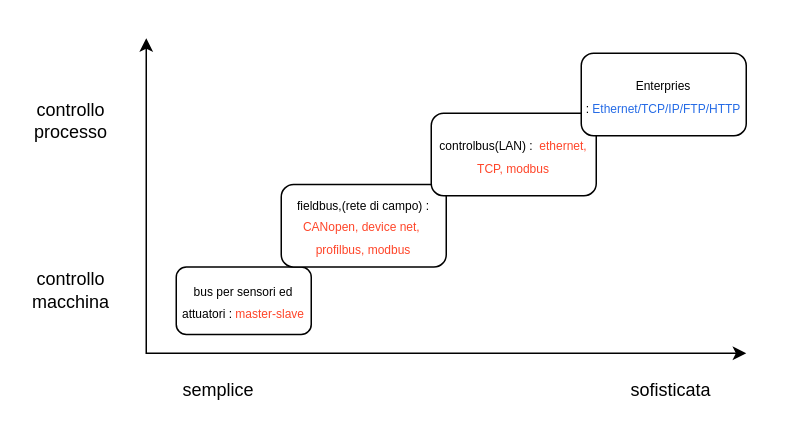
Above: Terzo Anno/Automazione/Latex src file/images/protocolliReti.drawio in CasuFrost/University_notes (draw.io), before the change. Source tidied: cells renumbered, new cells numbered last; positions are measured from the earlier drawing's top-left corner, leaving out a move shared by most shapes. Both pictures are drawn from the tidied source at 150%, with x=0, y=0 at pixel (26, 38).
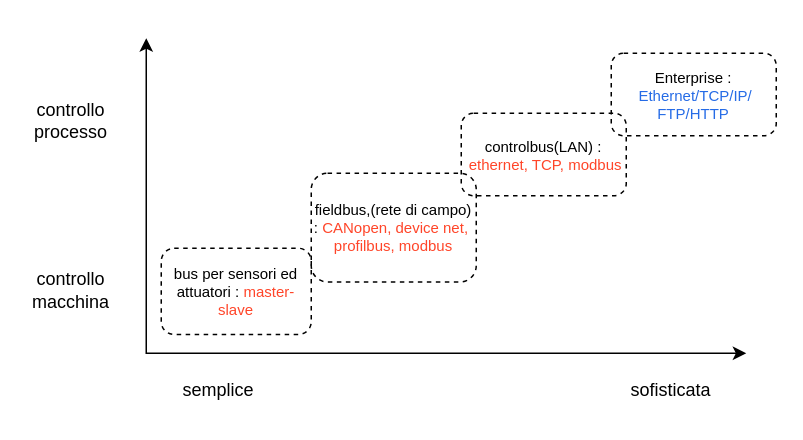
Above is the later version.

Change to the diagram source:
```diff
@@
 <mxGraphModel>
   <root>
     <mxCell id="0" />
     <mxCell id="1" parent="0" />
     <mxCell id="2" value="controllo processo" style="text;html=1;align=center;verticalAlign=middle;whiteSpace=wrap;rounded=0;" parent="1" vertex="1">
       <mxGeometry y="40" width="60" height="30" as="geometry" />
     </mxCell>
     <mxCell id="3" value="controllo macchina" style="text;html=1;align=center;verticalAlign=middle;whiteSpace=wrap;rounded=0;" parent="1" vertex="1">
       <mxGeometry y="152.5" width="60" height="30" as="geometry" />
     </mxCell>
     <mxCell id="4" value="semplice&amp;nbsp;" style="text;html=1;align=center;verticalAlign=middle;whiteSpace=wrap;rounded=0;" parent="1" vertex="1">
       <mxGeometry x="100" y="220" width="60" height="30" as="geometry" />
     </mxCell>
     <mxCell id="5" value="sofisticata" style="text;html=1;align=center;verticalAlign=middle;whiteSpace=wrap;rounded=0;" parent="1" vertex="1">
       <mxGeometry x="400" y="220" width="60" height="30" as="geometry" />
     </mxCell>
     <mxCell id="6" style="endArrow=classic;startArrow=classic;html=1;rounded=0;" parent="1" edge="1">
       <mxGeometry relative="1" as="geometry">
         <mxPoint x="480" y="210" as="sourcePoint" />
         <mxPoint x="80" as="targetPoint" />
         <Array as="points">
           <mxPoint x="80" y="210" />
         </Array>
       </mxGeometry>
     </mxCell>
-    <mxCell id="7" value="&lt;font style=&quot;font-size: 8px;&quot;&gt;bus per sensori ed attuatori : &lt;font style=&quot;font-size: 8px;&quot; color=&quot;#ff4529&quot;&gt;master-slave&lt;/font&gt;&lt;/font&gt;" style="rounded=1;whiteSpace=wrap;html=1;" parent="1" vertex="1">
-      <mxGeometry x="100" y="152.5" width="90" height="45" as="geometry" />
+    <mxCell id="7" value="&lt;font style=&quot;font-size: 10px;&quot;&gt;bus per sensori ed attuatori : &lt;font style=&quot;font-size: 10px;&quot; color=&quot;#ff4529&quot;&gt;master-slave&lt;/font&gt;&lt;/font&gt;" style="rounded=1;whiteSpace=wrap;html=1;dashed=1;fillColor=none;fontSize=10;" parent="1" vertex="1">
+      <mxGeometry x="90" y="140" width="100" height="57.5" as="geometry" />
     </mxCell>
-    <mxCell id="8" value="&lt;font style=&quot;font-size: 8px;&quot;&gt;fieldbus,(rete di campo) : &lt;font style=&quot;font-size: 8px;&quot; color=&quot;#ff4529&quot;&gt;CANopen, device net,&amp;nbsp;&lt;/font&gt;&lt;/font&gt;&lt;div&gt;&lt;font style=&quot;font-size: 8px;&quot;&gt;&lt;font style=&quot;font-size: 8px;&quot; color=&quot;#ff4529&quot;&gt;profilbus, modbus&lt;/font&gt;&lt;/font&gt;&lt;/div&gt;" style="rounded=1;whiteSpace=wrap;html=1;" parent="1" vertex="1">
-      <mxGeometry x="170" y="97.5" width="110" height="55" as="geometry" />
+    <mxCell id="8" value="&lt;font style=&quot;font-size: 10px;&quot;&gt;fieldbus,(rete di campo) : &lt;font style=&quot;font-size: 10px;&quot; color=&quot;#ff4529&quot;&gt;CANopen, device net,&amp;nbsp;&lt;/font&gt;&lt;/font&gt;&lt;div style=&quot;font-size: 10px;&quot;&gt;&lt;font style=&quot;font-size: 10px;&quot;&gt;&lt;font style=&quot;font-size: 10px;&quot; color=&quot;#ff4529&quot;&gt;profilbus, modbus&lt;/font&gt;&lt;/font&gt;&lt;/div&gt;" style="rounded=1;whiteSpace=wrap;html=1;dashed=1;fillColor=none;fontSize=10;" parent="1" vertex="1">
+      <mxGeometry x="190" y="90" width="110" height="72.5" as="geometry" />
     </mxCell>
-    <mxCell id="9" value="&lt;font style=&quot;font-size: 8px;&quot;&gt;controlbus(LAN) : &lt;font color=&quot;#ff4529&quot;&gt;&amp;nbsp;ethernet, TCP, modbus&lt;/font&gt;&lt;/font&gt;" style="rounded=1;whiteSpace=wrap;html=1;" parent="1" vertex="1">
-      <mxGeometry x="270" y="50" width="110" height="55" as="geometry" />
+    <mxCell id="9" value="&lt;font style=&quot;font-size: 10px;&quot;&gt;controlbus(LAN) : &lt;font style=&quot;font-size: 10px;&quot; color=&quot;#ff4529&quot;&gt;&amp;nbsp;ethernet, TCP, modbus&lt;/font&gt;&lt;/font&gt;" style="rounded=1;whiteSpace=wrap;html=1;dashed=1;fillColor=none;fontSize=10;" parent="1" vertex="1">
+      <mxGeometry x="290" y="50" width="110" height="55" as="geometry" />
     </mxCell>
-    <mxCell id="10" value="&lt;span style=&quot;font-size: 8px;&quot;&gt;Enterpries :&amp;nbsp;&lt;font color=&quot;#256be6&quot;&gt;Ethernet/TCP/IP/FTP/HTTP&lt;/font&gt;&lt;/span&gt;" style="rounded=1;whiteSpace=wrap;html=1;" parent="1" vertex="1">
-      <mxGeometry x="370" y="10" width="110" height="55" as="geometry" />
+    <mxCell id="10" value="&lt;span style=&quot;font-size: 10px;&quot;&gt;Enterprise :&lt;/span&gt;&lt;div style=&quot;font-size: 10px;&quot;&gt;&lt;span style=&quot;font-size: 10px;&quot;&gt;&amp;nbsp;&lt;font style=&quot;font-size: 10px;&quot; color=&quot;#256be6&quot;&gt;Ethernet/TCP/IP/&lt;/font&gt;&lt;/span&gt;&lt;/div&gt;&lt;div style=&quot;font-size: 10px;&quot;&gt;&lt;span style=&quot;font-size: 10px;&quot;&gt;&lt;font style=&quot;font-size: 10px;&quot; color=&quot;#256be6&quot;&gt;FTP/HTTP&lt;/font&gt;&lt;/span&gt;&lt;/div&gt;" style="rounded=1;whiteSpace=wrap;html=1;dashed=1;fillColor=none;fontSize=10;" parent="1" vertex="1">
+      <mxGeometry x="390" y="10" width="110" height="55" as="geometry" />
     </mxCell>
   </root>
 </mxGraphModel>
```
